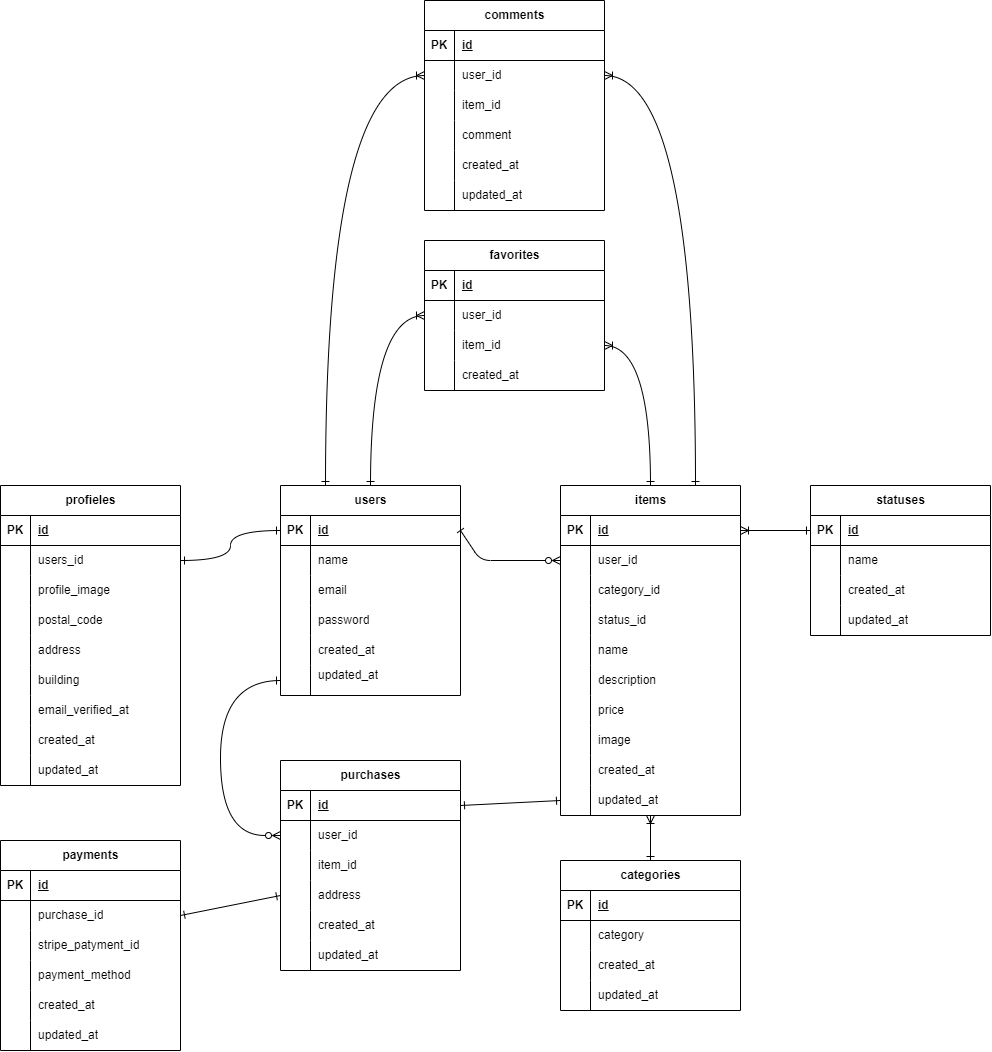
Earlier version of the draw.io export src/index.drawio.png (NoriyoshiUmeda/freemarket). Source tidied: cells renumbered, new cells last; positions are measured from the earlier drawing's top-left corner, leaving out a move shared by most shapes.
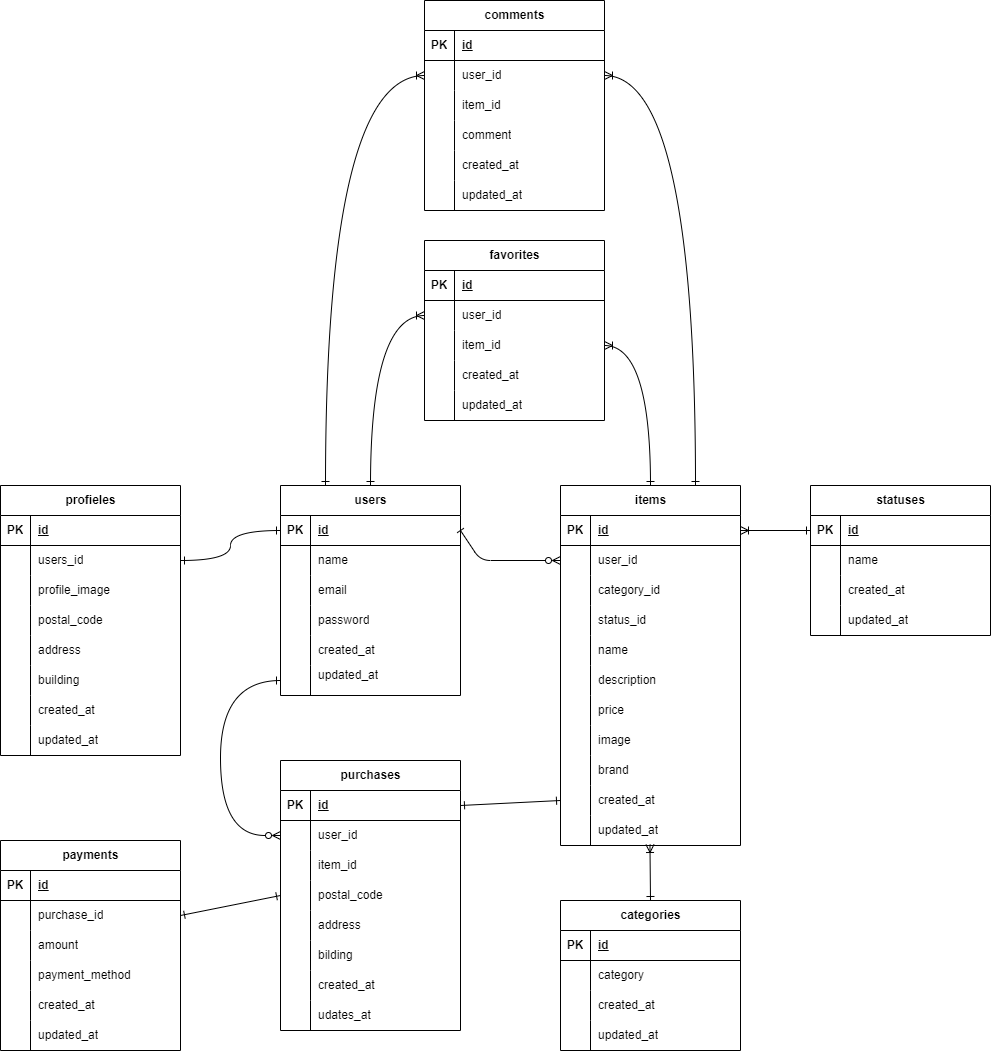
After the change.

Diff of the diagram source:
```diff
@@ -66,7 +66,7 @@
       <mxGeometry relative="1" as="geometry" />
     </mxCell>
     <mxCell id="23" value="items" style="shape=table;startSize=30;rowLines=0;fontStyle=1;align=center;html=1;" parent="1" vertex="1">
-      <mxGeometry x="560" y="485" width="180" height="330" as="geometry" />
+      <mxGeometry x="560" y="485" width="180" height="360" as="geometry" />
     </mxCell>
     <mxCell id="24" style="shape=tableRow;horizontal=0;startSize=0;swimlaneHead=0;swimlaneBody=0;fillColor=none;points=[[0,0.5],[1,0.5]];portConstraint=eastwest;top=0;left=0;right=0;bottom=1;" parent="23" vertex="1">
       <mxGeometry y="30" width="180" height="30" as="geometry" />
@@ -146,7 +146,7 @@
     <mxCell id="49" style="shape=partialRectangle;fillColor=none;top=0;left=0;bottom=0;right=0;overflow=hidden;whiteSpace=wrap;html=1;" parent="48" vertex="1">
       <mxGeometry width="30" height="30" as="geometry" />
     </mxCell>
-    <mxCell id="50" value="created_at" style="shape=partialRectangle;fillColor=none;top=0;left=0;bottom=0;right=0;align=left;spacingLeft=6;overflow=hidden;whiteSpace=wrap;html=1;" parent="48" vertex="1">
+    <mxCell id="50" value="brand" style="shape=partialRectangle;fillColor=none;top=0;left=0;bottom=0;right=0;align=left;spacingLeft=6;overflow=hidden;whiteSpace=wrap;html=1;" parent="48" vertex="1">
       <mxGeometry x="30" width="150" height="30" as="geometry" />
     </mxCell>
     <mxCell id="51" style="shape=tableRow;horizontal=0;startSize=0;swimlaneHead=0;swimlaneBody=0;fillColor=none;points=[[0,0.5],[1,0.5]];portConstraint=eastwest;top=0;left=0;right=0;bottom=0;" parent="23" vertex="1">
@@ -155,9 +155,18 @@
     <mxCell id="52" style="shape=partialRectangle;fillColor=none;top=0;left=0;bottom=0;right=0;overflow=hidden;whiteSpace=wrap;html=1;" parent="51" vertex="1">
       <mxGeometry width="30" height="30" as="geometry" />
     </mxCell>
-    <mxCell id="53" value="updated_at" style="shape=partialRectangle;fillColor=none;top=0;left=0;bottom=0;right=0;align=left;spacingLeft=6;overflow=hidden;whiteSpace=wrap;html=1;" parent="51" vertex="1">
+    <mxCell id="53" value="created_at" style="shape=partialRectangle;fillColor=none;top=0;left=0;bottom=0;right=0;align=left;spacingLeft=6;overflow=hidden;whiteSpace=wrap;html=1;" parent="51" vertex="1">
       <mxGeometry x="30" width="150" height="30" as="geometry" />
     </mxCell>
+    <mxCell id="187" style="shape=tableRow;horizontal=0;startSize=0;swimlaneHead=0;swimlaneBody=0;fillColor=none;points=[[0,0.5],[1,0.5]];portConstraint=eastwest;top=0;left=0;right=0;bottom=0;" parent="23" vertex="1">
+      <mxGeometry y="330" width="180" height="30" as="geometry" />
+    </mxCell>
+    <mxCell id="188" style="shape=partialRectangle;fillColor=none;top=0;left=0;bottom=0;right=0;overflow=hidden;whiteSpace=wrap;html=1;" parent="187" vertex="1">
+      <mxGeometry width="30" height="30" as="geometry" />
+    </mxCell>
+    <mxCell id="189" value="updated_at" style="shape=partialRectangle;fillColor=none;top=0;left=0;bottom=0;right=0;align=left;spacingLeft=6;overflow=hidden;whiteSpace=wrap;html=1;" parent="187" vertex="1">
+      <mxGeometry x="30" width="150" height="30" as="geometry" />
+    </mxCell>
     <mxCell id="54" style="edgeStyle=none;html=1;exitX=1;exitY=0.5;exitDx=0;exitDy=0;entryX=0;entryY=0.5;entryDx=0;entryDy=0;startArrow=baseDash;startFill=0;endArrow=ERzeroToMany;endFill=0;rounded=1;curved=0;" parent="1" edge="1" source="4" target="27">
       <mxGeometry relative="1" as="geometry">
         <Array as="points">
@@ -166,7 +175,7 @@
       </mxGeometry>
     </mxCell>
     <mxCell id="55" value="purchases" style="shape=table;startSize=30;rowLines=0;fontStyle=1;align=center;html=1;" parent="1" vertex="1">
-      <mxGeometry x="280" y="760" width="180" height="210" as="geometry" />
+      <mxGeometry x="280" y="760" width="180" height="270" as="geometry" />
     </mxCell>
     <mxCell id="56" style="shape=tableRow;horizontal=0;startSize=0;swimlaneHead=0;swimlaneBody=0;fillColor=none;points=[[0,0.5],[1,0.5]];portConstraint=eastwest;top=0;left=0;right=0;bottom=1;" parent="55" vertex="1">
       <mxGeometry y="30" width="180" height="30" as="geometry" />
@@ -201,7 +210,7 @@
     <mxCell id="66" style="shape=partialRectangle;fillColor=none;top=0;left=0;bottom=0;right=0;overflow=hidden;whiteSpace=wrap;html=1;" parent="65" vertex="1">
       <mxGeometry width="30" height="30" as="geometry" />
     </mxCell>
-    <mxCell id="67" value="address" style="shape=partialRectangle;fillColor=none;top=0;left=0;bottom=0;right=0;align=left;spacingLeft=6;overflow=hidden;whiteSpace=wrap;html=1;" parent="65" vertex="1">
+    <mxCell id="67" value="postal_code" style="shape=partialRectangle;fillColor=none;top=0;left=0;bottom=0;right=0;align=left;spacingLeft=6;overflow=hidden;whiteSpace=wrap;html=1;" parent="65" vertex="1">
       <mxGeometry x="30" width="150" height="30" as="geometry" />
     </mxCell>
     <mxCell id="68" style="shape=tableRow;horizontal=0;startSize=0;swimlaneHead=0;swimlaneBody=0;fillColor=none;top=0;left=0;right=0;bottom=0;" parent="55" vertex="1">
@@ -210,7 +219,7 @@
     <mxCell id="69" style="shape=partialRectangle;fillColor=none;top=0;left=0;bottom=0;right=0;overflow=hidden;whiteSpace=wrap;html=1;" parent="68" vertex="1">
       <mxGeometry width="30" height="30" as="geometry" />
     </mxCell>
-    <mxCell id="70" value="created_at" style="shape=partialRectangle;fillColor=none;top=0;left=0;bottom=0;right=0;align=left;spacingLeft=6;overflow=hidden;whiteSpace=wrap;html=1;" parent="68" vertex="1">
+    <mxCell id="70" value="address" style="shape=partialRectangle;fillColor=none;top=0;left=0;bottom=0;right=0;align=left;spacingLeft=6;overflow=hidden;whiteSpace=wrap;html=1;" parent="68" vertex="1">
       <mxGeometry x="30" width="150" height="30" as="geometry" />
     </mxCell>
     <mxCell id="71" style="shape=tableRow;horizontal=0;startSize=0;swimlaneHead=0;swimlaneBody=0;fillColor=none;top=0;left=0;right=0;bottom=0;" parent="55" vertex="1">
@@ -219,9 +228,27 @@
     <mxCell id="72" style="shape=partialRectangle;fillColor=none;top=0;left=0;bottom=0;right=0;overflow=hidden;whiteSpace=wrap;html=1;" parent="71" vertex="1">
       <mxGeometry width="30" height="30" as="geometry" />
     </mxCell>
-    <mxCell id="73" value="updated_at" style="shape=partialRectangle;fillColor=none;top=0;left=0;bottom=0;right=0;align=left;spacingLeft=6;overflow=hidden;whiteSpace=wrap;html=1;" parent="71" vertex="1">
+    <mxCell id="73" value="bilding" style="shape=partialRectangle;fillColor=none;top=0;left=0;bottom=0;right=0;align=left;spacingLeft=6;overflow=hidden;whiteSpace=wrap;html=1;" parent="71" vertex="1">
       <mxGeometry x="30" width="150" height="30" as="geometry" />
     </mxCell>
+    <mxCell id="95" style="shape=tableRow;horizontal=0;startSize=0;swimlaneHead=0;swimlaneBody=0;fillColor=none;top=0;left=0;right=0;bottom=0;" parent="55" vertex="1">
+      <mxGeometry y="210" width="180" height="30" as="geometry" />
+    </mxCell>
+    <mxCell id="190" style="shape=partialRectangle;fillColor=none;top=0;left=0;bottom=0;right=0;overflow=hidden;whiteSpace=wrap;html=1;" parent="95" vertex="1">
+      <mxGeometry width="30" height="30" as="geometry" />
+    </mxCell>
+    <mxCell id="191" value="created_at" style="shape=partialRectangle;fillColor=none;top=0;left=0;bottom=0;right=0;align=left;spacingLeft=6;overflow=hidden;whiteSpace=wrap;html=1;" parent="95" vertex="1">
+      <mxGeometry x="30" width="150" height="30" as="geometry" />
+    </mxCell>
+    <mxCell id="192" style="shape=tableRow;horizontal=0;startSize=0;swimlaneHead=0;swimlaneBody=0;fillColor=none;top=0;left=0;right=0;bottom=0;" parent="55" vertex="1">
+      <mxGeometry y="240" width="180" height="30" as="geometry" />
+    </mxCell>
+    <mxCell id="193" style="shape=partialRectangle;fillColor=none;top=0;left=0;bottom=0;right=0;overflow=hidden;whiteSpace=wrap;html=1;" parent="192" vertex="1">
+      <mxGeometry width="30" height="30" as="geometry" />
+    </mxCell>
+    <mxCell id="194" value="udates_at" style="shape=partialRectangle;fillColor=none;top=0;left=0;bottom=0;right=0;align=left;spacingLeft=6;overflow=hidden;whiteSpace=wrap;html=1;" parent="192" vertex="1">
+      <mxGeometry x="30" width="150" height="30" as="geometry" />
+    </mxCell>
     <mxCell id="74" style="edgeStyle=orthogonalEdgeStyle;html=1;exitX=0;exitY=0.5;exitDx=0;exitDy=0;entryX=0;entryY=0.5;entryDx=0;entryDy=0;curved=1;startArrow=ERone;startFill=0;endArrow=ERzeroToMany;endFill=0;" parent="1" edge="1" source="19" target="59">
       <mxGeometry relative="1" as="geometry">
         <Array as="points">
@@ -234,7 +261,7 @@
       <mxGeometry relative="1" as="geometry" />
     </mxCell>
     <mxCell id="76" value="profieles" style="shape=table;startSize=30;rowLines=0;fontStyle=1;align=center;html=1;" parent="1" vertex="1">
-      <mxGeometry y="485" width="180" height="300" as="geometry" />
+      <mxGeometry y="485" width="180" height="270" as="geometry" />
     </mxCell>
     <mxCell id="77" style="shape=tableRow;horizontal=0;startSize=0;swimlaneHead=0;swimlaneBody=0;fillColor=none;top=0;left=0;right=0;bottom=1;" parent="76" vertex="1">
       <mxGeometry y="30" width="180" height="30" as="geometry" />
@@ -290,17 +317,8 @@
     <mxCell id="94" value="building" style="shape=partialRectangle;fillColor=none;top=0;left=0;bottom=0;right=0;align=left;spacingLeft=6;overflow=hidden;whiteSpace=wrap;html=1;" parent="92" vertex="1">
       <mxGeometry x="30" width="150" height="30" as="geometry" />
     </mxCell>
-    <mxCell id="95" style="shape=tableRow;horizontal=0;startSize=0;swimlaneHead=0;swimlaneBody=0;fillColor=none;top=0;left=0;right=0;bottom=0;" parent="76" vertex="1">
-      <mxGeometry y="210" width="180" height="30" as="geometry" />
-    </mxCell>
-    <mxCell id="96" style="shape=partialRectangle;fillColor=none;top=0;left=0;bottom=0;right=0;overflow=hidden;whiteSpace=wrap;html=1;" parent="95" vertex="1">
-      <mxGeometry width="30" height="30" as="geometry" />
-    </mxCell>
-    <mxCell id="97" value="email_verified_at" style="shape=partialRectangle;fillColor=none;top=0;left=0;bottom=0;right=0;align=left;spacingLeft=6;overflow=hidden;whiteSpace=wrap;html=1;" parent="95" vertex="1">
-      <mxGeometry x="30" width="150" height="30" as="geometry" />
-    </mxCell>
     <mxCell id="98" style="shape=tableRow;horizontal=0;startSize=0;swimlaneHead=0;swimlaneBody=0;fillColor=none;top=0;left=0;right=0;bottom=0;" parent="76" vertex="1">
-      <mxGeometry y="240" width="180" height="30" as="geometry" />
+      <mxGeometry y="210" width="180" height="30" as="geometry" />
     </mxCell>
     <mxCell id="99" style="shape=partialRectangle;fillColor=none;top=0;left=0;bottom=0;right=0;overflow=hidden;whiteSpace=wrap;html=1;" parent="98" vertex="1">
       <mxGeometry width="30" height="30" as="geometry" />
@@ -309,7 +327,7 @@
       <mxGeometry x="30" width="150" height="30" as="geometry" />
     </mxCell>
     <mxCell id="101" style="shape=tableRow;horizontal=0;startSize=0;swimlaneHead=0;swimlaneBody=0;fillColor=none;top=0;left=0;right=0;bottom=0;" parent="76" vertex="1">
-      <mxGeometry y="270" width="180" height="30" as="geometry" />
+      <mxGeometry y="240" width="180" height="30" as="geometry" />
     </mxCell>
     <mxCell id="102" style="shape=partialRectangle;fillColor=none;top=0;left=0;bottom=0;right=0;overflow=hidden;whiteSpace=wrap;html=1;" parent="101" vertex="1">
       <mxGeometry width="30" height="30" as="geometry" />
@@ -321,7 +339,7 @@
       <mxGeometry relative="1" as="geometry" />
     </mxCell>
     <mxCell id="105" value="favorites" style="shape=table;startSize=30;rowLines=0;fontStyle=1;align=center;html=1;" parent="1" vertex="1">
-      <mxGeometry x="424" y="240" width="180" height="150" as="geometry" />
+      <mxGeometry x="424" y="240" width="180" height="180" as="geometry" />
     </mxCell>
     <mxCell id="106" style="shape=tableRow;horizontal=0;startSize=0;swimlaneHead=0;swimlaneBody=0;fillColor=none;top=0;left=0;right=0;bottom=1;" parent="105" vertex="1">
       <mxGeometry y="30" width="180" height="30" as="geometry" />
@@ -359,11 +377,20 @@
     <mxCell id="117" value="created_at" style="shape=partialRectangle;fillColor=none;top=0;left=0;bottom=0;right=0;align=left;spacingLeft=6;overflow=hidden;whiteSpace=wrap;html=1;" parent="115" vertex="1">
       <mxGeometry x="30" width="150" height="30" as="geometry" />
     </mxCell>
+    <mxCell id="195" style="shape=tableRow;horizontal=0;startSize=0;swimlaneHead=0;swimlaneBody=0;fillColor=none;top=0;left=0;right=0;bottom=0;" parent="105" vertex="1">
+      <mxGeometry y="150" width="180" height="30" as="geometry" />
+    </mxCell>
+    <mxCell id="196" style="shape=partialRectangle;fillColor=none;top=0;left=0;bottom=0;right=0;overflow=hidden;whiteSpace=wrap;html=1;" parent="195" vertex="1">
+      <mxGeometry width="30" height="30" as="geometry" />
+    </mxCell>
+    <mxCell id="197" value="updated_at" style="shape=partialRectangle;fillColor=none;top=0;left=0;bottom=0;right=0;align=left;spacingLeft=6;overflow=hidden;whiteSpace=wrap;html=1;" parent="195" vertex="1">
+      <mxGeometry x="30" width="150" height="30" as="geometry" />
+    </mxCell>
-    <mxCell id="118" style="edgeStyle=none;html=1;exitX=0.5;exitY=0;exitDx=0;exitDy=0;startArrow=ERone;startFill=0;endArrow=ERoneToMany;endFill=0;" parent="1" edge="1" source="119" target="51">
+    <mxCell id="118" style="edgeStyle=none;html=1;exitX=0.5;exitY=0;exitDx=0;exitDy=0;startArrow=ERone;startFill=0;endArrow=ERoneToMany;endFill=0;entryX=0.497;entryY=0.967;entryDx=0;entryDy=0;entryPerimeter=0;" parent="1" edge="1" source="119" target="187">
       <mxGeometry relative="1" as="geometry" />
     </mxCell>
     <mxCell id="119" value="categories" style="shape=table;startSize=30;rowLines=0;fontStyle=1;align=center;html=1;" parent="1" vertex="1">
-      <mxGeometry x="560" y="860" width="180" height="150" as="geometry" />
+      <mxGeometry x="560" y="900" width="180" height="150" as="geometry" />
     </mxCell>
     <mxCell id="120" style="shape=tableRow;horizontal=0;startSize=0;swimlaneHead=0;swimlaneBody=0;fillColor=none;top=0;left=0;right=0;bottom=1;" parent="119" vertex="1">
       <mxGeometry y="30" width="180" height="30" as="geometry" />
@@ -485,42 +512,42 @@
     <mxCell id="159" value="purchase_id" style="shape=partialRectangle;fillColor=none;top=0;left=0;bottom=0;right=0;align=left;spacingLeft=6;overflow=hidden;whiteSpace=wrap;html=1;" parent="157" vertex="1">
       <mxGeometry x="30" width="150" height="30" as="geometry" />
     </mxCell>
-    <mxCell id="160" style="shape=tableRow;horizontal=0;startSize=0;swimlaneHead=0;swimlaneBody=0;fillColor=none;top=0;left=0;right=0;bottom=0;" parent="153" vertex="1">
-      <mxGeometry y="90" width="180" height="30" as="geometry" />
-    </mxCell>
-    <mxCell id="161" style="shape=partialRectangle;fillColor=none;top=0;left=0;bottom=0;right=0;overflow=hidden;whiteSpace=wrap;html=1;" parent="160" vertex="1">
-      <mxGeometry width="30" height="30" as="geometry" />
-    </mxCell>
-    <mxCell id="162" value="stripe_patyment_id" style="shape=partialRectangle;fillColor=none;top=0;left=0;bottom=0;right=0;align=left;spacingLeft=6;overflow=hidden;whiteSpace=wrap;html=1;" parent="160" vertex="1">
-      <mxGeometry x="30" width="150" height="30" as="geometry" />
-    </mxCell>
     <mxCell id="163" style="shape=tableRow;horizontal=0;startSize=0;swimlaneHead=0;swimlaneBody=0;fillColor=none;top=0;left=0;right=0;bottom=0;" parent="153" vertex="1">
-      <mxGeometry y="120" width="180" height="30" as="geometry" />
+      <mxGeometry y="90" width="180" height="30" as="geometry" />
     </mxCell>
     <mxCell id="164" style="shape=partialRectangle;fillColor=none;top=0;left=0;bottom=0;right=0;overflow=hidden;whiteSpace=wrap;html=1;" parent="163" vertex="1">
       <mxGeometry width="30" height="30" as="geometry" />
     </mxCell>
-    <mxCell id="165" value="payment_method" style="shape=partialRectangle;fillColor=none;top=0;left=0;bottom=0;right=0;align=left;spacingLeft=6;overflow=hidden;whiteSpace=wrap;html=1;" parent="163" vertex="1">
+    <mxCell id="165" value="amount" style="shape=partialRectangle;fillColor=none;top=0;left=0;bottom=0;right=0;align=left;spacingLeft=6;overflow=hidden;whiteSpace=wrap;html=1;" parent="163" vertex="1">
       <mxGeometry x="30" width="150" height="30" as="geometry" />
     </mxCell>
     <mxCell id="166" style="shape=tableRow;horizontal=0;startSize=0;swimlaneHead=0;swimlaneBody=0;fillColor=none;top=0;left=0;right=0;bottom=0;" parent="153" vertex="1">
-      <mxGeometry y="150" width="180" height="30" as="geometry" />
+      <mxGeometry y="120" width="180" height="30" as="geometry" />
     </mxCell>
     <mxCell id="167" style="shape=partialRectangle;fillColor=none;top=0;left=0;bottom=0;right=0;overflow=hidden;whiteSpace=wrap;html=1;" parent="166" vertex="1">
       <mxGeometry width="30" height="30" as="geometry" />
     </mxCell>
-    <mxCell id="168" value="created_at" style="shape=partialRectangle;fillColor=none;top=0;left=0;bottom=0;right=0;align=left;spacingLeft=6;overflow=hidden;whiteSpace=wrap;html=1;" parent="166" vertex="1">
+    <mxCell id="168" value="payment_method" style="shape=partialRectangle;fillColor=none;top=0;left=0;bottom=0;right=0;align=left;spacingLeft=6;overflow=hidden;whiteSpace=wrap;html=1;" parent="166" vertex="1">
       <mxGeometry x="30" width="150" height="30" as="geometry" />
     </mxCell>
     <mxCell id="169" style="shape=tableRow;horizontal=0;startSize=0;swimlaneHead=0;swimlaneBody=0;fillColor=none;top=0;left=0;right=0;bottom=0;" parent="153" vertex="1">
-      <mxGeometry y="180" width="180" height="30" as="geometry" />
+      <mxGeometry y="150" width="180" height="30" as="geometry" />
     </mxCell>
     <mxCell id="170" style="shape=partialRectangle;fillColor=none;top=0;left=0;bottom=0;right=0;overflow=hidden;whiteSpace=wrap;html=1;" parent="169" vertex="1">
       <mxGeometry width="30" height="30" as="geometry" />
     </mxCell>
-    <mxCell id="171" value="updated_at" style="shape=partialRectangle;fillColor=none;top=0;left=0;bottom=0;right=0;align=left;spacingLeft=6;overflow=hidden;whiteSpace=wrap;html=1;" parent="169" vertex="1">
+    <mxCell id="171" value="created_at" style="shape=partialRectangle;fillColor=none;top=0;left=0;bottom=0;right=0;align=left;spacingLeft=6;overflow=hidden;whiteSpace=wrap;html=1;" parent="169" vertex="1">
       <mxGeometry x="30" width="150" height="30" as="geometry" />
     </mxCell>
+    <mxCell id="198" style="shape=tableRow;horizontal=0;startSize=0;swimlaneHead=0;swimlaneBody=0;fillColor=none;top=0;left=0;right=0;bottom=0;" parent="153" vertex="1">
+      <mxGeometry y="180" width="180" height="30" as="geometry" />
+    </mxCell>
+    <mxCell id="199" style="shape=partialRectangle;fillColor=none;top=0;left=0;bottom=0;right=0;overflow=hidden;whiteSpace=wrap;html=1;" parent="198" vertex="1">
+      <mxGeometry width="30" height="30" as="geometry" />
+    </mxCell>
+    <mxCell id="200" value="updated_at" style="shape=partialRectangle;fillColor=none;top=0;left=0;bottom=0;right=0;align=left;spacingLeft=6;overflow=hidden;whiteSpace=wrap;html=1;" parent="198" vertex="1">
+      <mxGeometry x="30" width="150" height="30" as="geometry" />
+    </mxCell>
     <mxCell id="172" style="edgeStyle=none;html=1;exitX=1;exitY=0.5;exitDx=0;exitDy=0;entryX=0;entryY=0.5;entryDx=0;entryDy=0;startArrow=ERone;startFill=0;endArrow=ERone;endFill=0;" parent="1" edge="1" source="157" target="65">
       <mxGeometry relative="1" as="geometry" />
     </mxCell>
```
